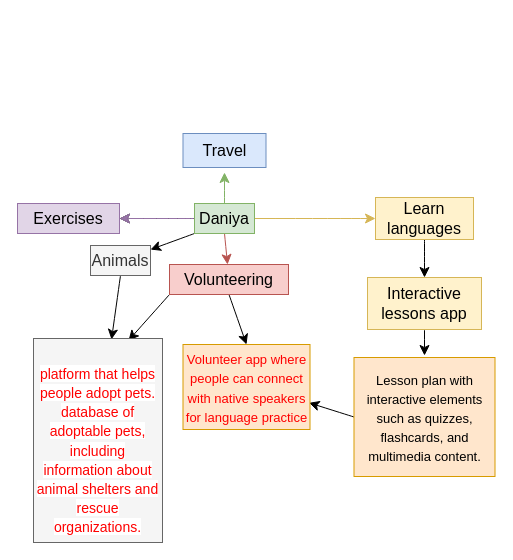
Above: Capstone.drawio in DaniyaYelemessova/Capstone-Brainstorming (draw.io), before the change. Source tidied: cells renumbered, new cells numbered last; positions are measured from the earlier drawing's top-left corner, leaving out a move shared by most shapes. Both pictures are drawn from the tidied source at 100%, with x=0, y=0 at pixel (17, 133).
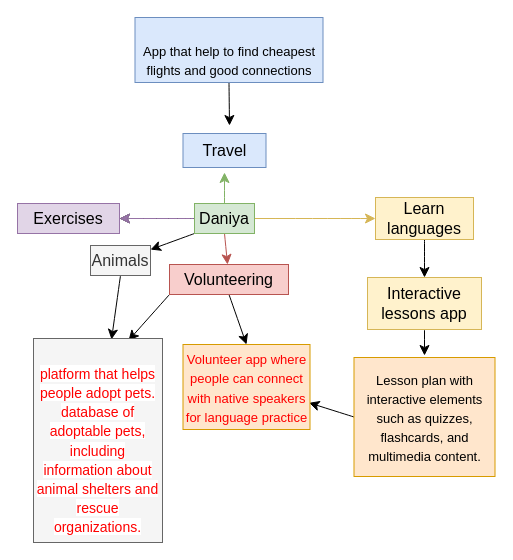
The same diagram, later.

Change to the diagram source:
```diff
@@
+    <mxCell id="24" style="edgeStyle=none;curved=1;rounded=0;jettySize=auto;html=1;exitX=0.5;exitY=1;exitDx=0;exitDy=0;fontSize=12;startSize=8;endSize=8;" parent="1" edge="1" source="25">
+      <mxGeometry relative="1" as="geometry">
+        <mxPoint x="212" y="-8" as="targetPoint" />
+      </mxGeometry>
+    </mxCell>
+    <mxCell id="25" value="&lt;br&gt;&lt;font style=&quot;font-size: 13px;&quot;&gt;App that help to find cheapest flights and good connections&lt;/font&gt;&lt;br&gt;" style="text;strokeColor=#6c8ebf;fillColor=#dae8fc;html=1;align=center;verticalAlign=middle;whiteSpace=wrap;rounded=0;fontSize=16;" parent="1" vertex="1">
+      <mxGeometry x="117.5" y="-116" width="188" height="65" as="geometry" />
+    </mxCell>
```
